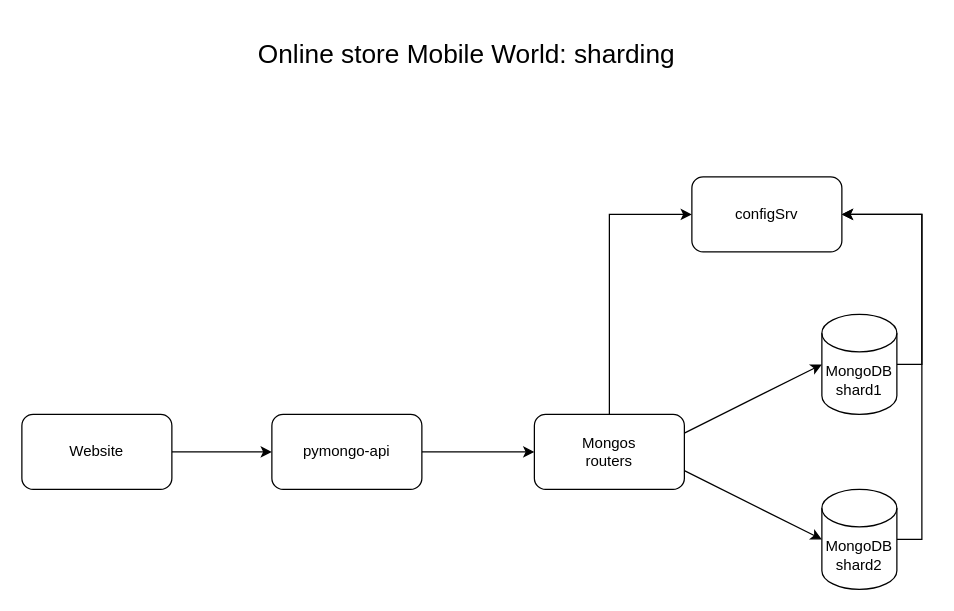
grafkozloff/architecture-black_friday keeps this draw.io diagram as task1-schema1.drawio. Above is the earlier version. Source tidied: cells renumbered, new cells numbered last; positions are measured from the earlier drawing's top-left corner, leaving out a move shared by most shapes. Both pictures are drawn from the tidied source at 125%, with x=0, y=0 at pixel (21, 21).
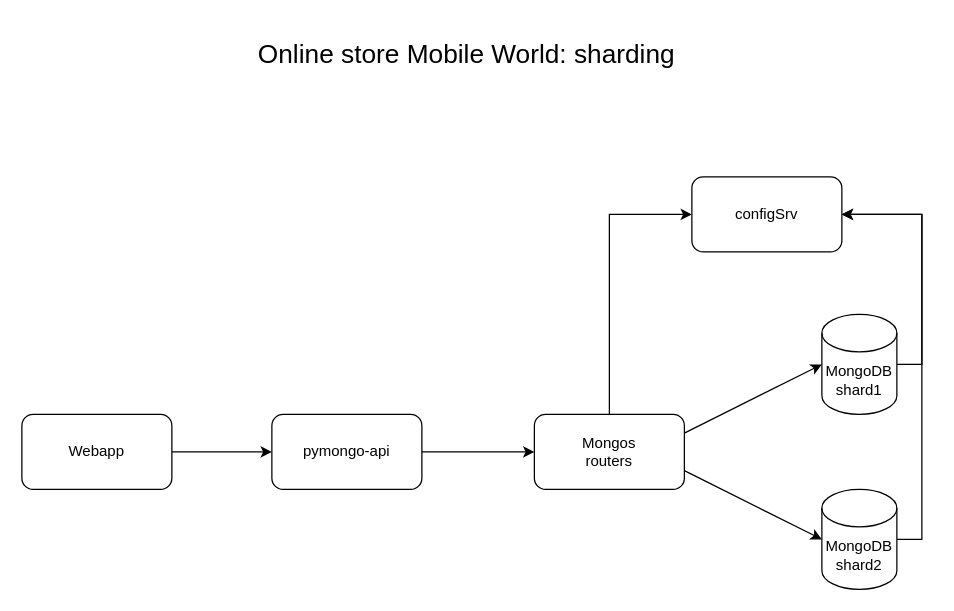
Above is the later version.

The edit, as a diff of the source:
```diff
@@
 <mxGraphModel>
   <root>
     <mxCell id="0" />
     <mxCell id="1" parent="0" />
     <mxCell id="2" style="edgeStyle=orthogonalEdgeStyle;rounded=0;jettySize=auto;html=1;exitX=1;exitY=0.5;exitDx=0;exitDy=0;exitPerimeter=0;entryX=1;entryY=0.5;entryDx=0;entryDy=0;" parent="1" edge="1" source="3" target="15">
       <mxGeometry relative="1" as="geometry" />
     </mxCell>
     <mxCell id="3" value="MongoDB&lt;br&gt;shard1" style="shape=cylinder3;whiteSpace=wrap;html=1;boundedLbl=1;backgroundOutline=1;size=15;" parent="1" vertex="1">
       <mxGeometry x="640" y="234" width="60" height="80" as="geometry" />
     </mxCell>
     <mxCell id="4" style="edgeStyle=orthogonalEdgeStyle;rounded=0;jettySize=auto;html=1;exitX=1;exitY=0.5;exitDx=0;exitDy=0;entryX=0;entryY=0.5;entryDx=0;entryDy=0;" parent="1" edge="1" source="5" target="10">
       <mxGeometry relative="1" as="geometry" />
     </mxCell>
     <mxCell id="5" value="pymongo-api" style="rounded=1;whiteSpace=wrap;html=1;" parent="1" vertex="1">
       <mxGeometry x="200" y="314" width="120" height="60" as="geometry" />
     </mxCell>
     <mxCell id="6" value="&lt;div&gt;&lt;span style=&quot;background-color: transparent; color: light-dark(rgb(0, 0, 0), rgb(255, 255, 255));&quot;&gt;Online store Mobile World: sharding&lt;/span&gt;&lt;/div&gt;" style="text;strokeColor=none;align=center;fillColor=none;html=1;verticalAlign=middle;whiteSpace=wrap;rounded=0;fontSize=21;" parent="1" vertex="1">
       <mxGeometry x="16" width="680" height="50" as="geometry" />
     </mxCell>
     <mxCell id="7" style="edgeStyle=orthogonalEdgeStyle;rounded=0;jettySize=auto;html=1;exitX=1;exitY=0.5;exitDx=0;exitDy=0;entryX=0;entryY=0.5;entryDx=0;entryDy=0;" parent="1" edge="1" source="8" target="5">
       <mxGeometry relative="1" as="geometry" />
     </mxCell>
-    <mxCell id="8" value="Website" style="rounded=1;whiteSpace=wrap;html=1;" parent="1" vertex="1">
+    <mxCell id="8" value="Webapp" style="rounded=1;whiteSpace=wrap;html=1;" parent="1" vertex="1">
       <mxGeometry y="314" width="120" height="60" as="geometry" />
     </mxCell>
     <mxCell id="9" style="edgeStyle=orthogonalEdgeStyle;rounded=0;jettySize=auto;html=1;exitX=0.5;exitY=0;exitDx=0;exitDy=0;entryX=0;entryY=0.5;entryDx=0;entryDy=0;" parent="1" edge="1" source="10" target="15">
       <mxGeometry relative="1" as="geometry" />
     </mxCell>
     <mxCell id="10" value="Mongos&lt;br&gt;routers" style="rounded=1;whiteSpace=wrap;html=1;" parent="1" vertex="1">
       <mxGeometry x="410" y="314" width="120" height="60" as="geometry" />
     </mxCell>
     <mxCell id="11" style="edgeStyle=orthogonalEdgeStyle;rounded=0;jettySize=auto;html=1;exitX=1;exitY=0.5;exitDx=0;exitDy=0;exitPerimeter=0;entryX=1;entryY=0.5;entryDx=0;entryDy=0;" parent="1" edge="1" source="12" target="15">
       <mxGeometry relative="1" as="geometry" />
     </mxCell>
     <mxCell id="12" value="MongoDB&lt;br&gt;shard2" style="shape=cylinder3;whiteSpace=wrap;html=1;boundedLbl=1;backgroundOutline=1;size=15;" parent="1" vertex="1">
       <mxGeometry x="640" y="374" width="60" height="80" as="geometry" />
     </mxCell>
     <mxCell id="13" style="endArrow=classic;html=1;rounded=0;exitX=1;exitY=0.25;exitDx=0;exitDy=0;entryX=0;entryY=0.5;entryDx=0;entryDy=0;entryPerimeter=0;" parent="1" edge="1" source="10" target="3">
       <mxGeometry relative="1" as="geometry" />
     </mxCell>
     <mxCell id="14" style="endArrow=classic;html=1;rounded=0;exitX=1;exitY=0.75;exitDx=0;exitDy=0;entryX=0;entryY=0.5;entryDx=0;entryDy=0;entryPerimeter=0;" parent="1" edge="1" source="10" target="12">
       <mxGeometry relative="1" as="geometry" />
     </mxCell>
     <mxCell id="15" value="configSrv" style="rounded=1;whiteSpace=wrap;html=1;" parent="1" vertex="1">
       <mxGeometry x="536" y="124" width="120" height="60" as="geometry" />
     </mxCell>
   </root>
 </mxGraphModel>
```
